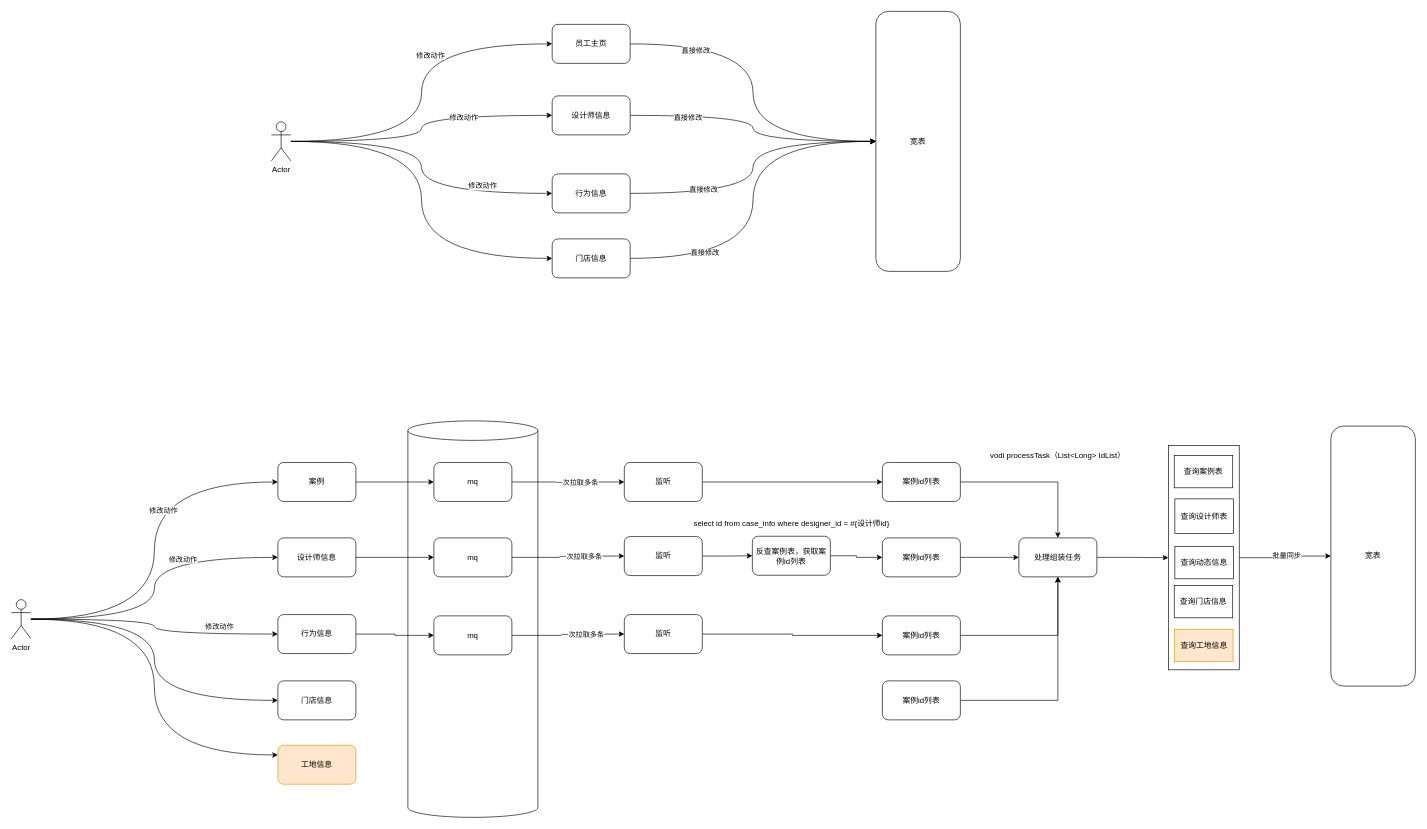
The draw.io diagram 同步流程.drawio in 330129161/draw.io, before the edit. Source tidied: cells renumbered, new cells numbered last; positions are measured from the earlier drawing's top-left corner, leaving out a move shared by most shapes. Both pictures are drawn from the tidied source at 65%, with x=0, y=0 at pixel (11, 11).
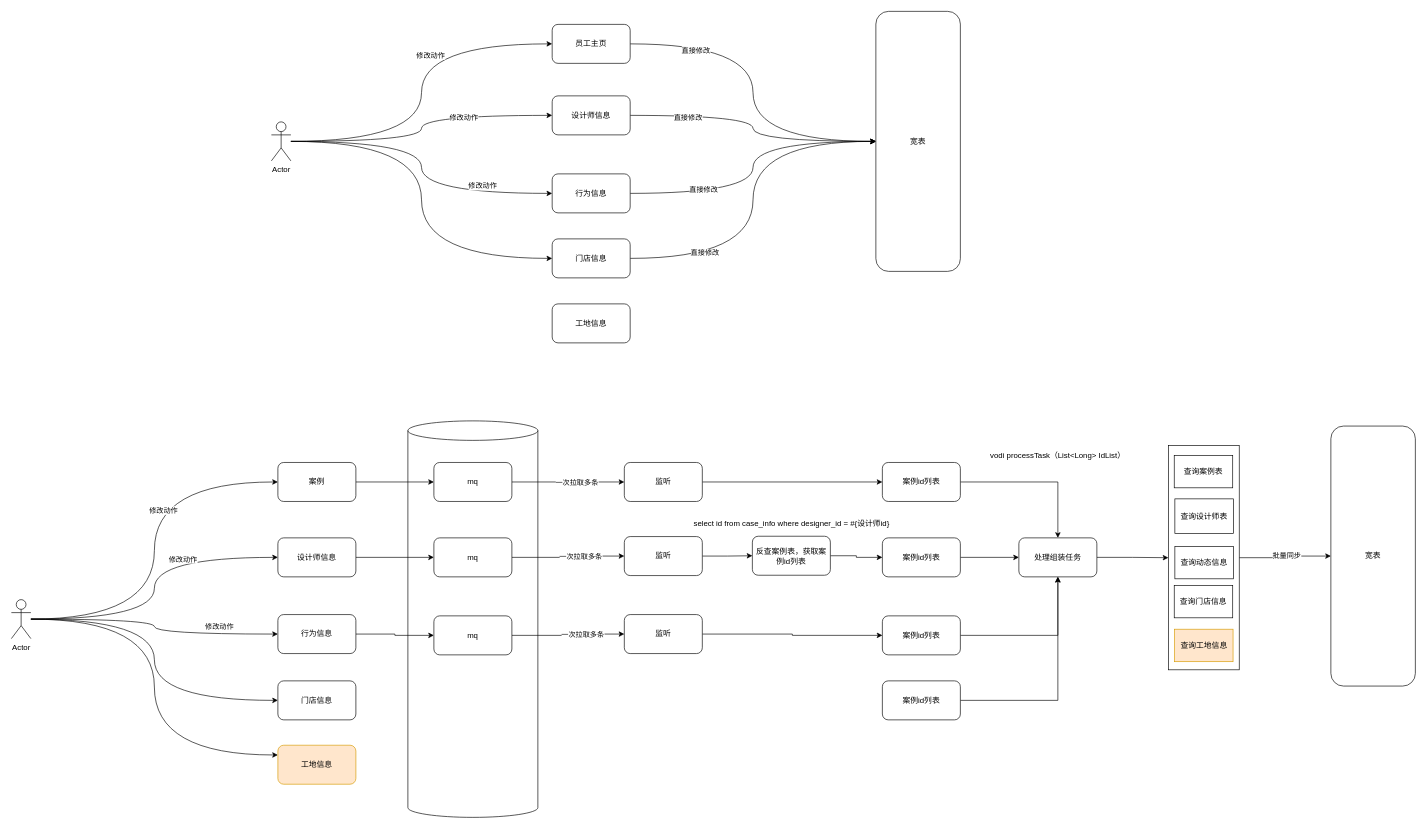
Above is the later version.

Commit message:
更新同步流程.drawio

Change to the diagram source:
```diff
@@
+    <mxCell id="79" value="工地信息" style="rounded=1;whiteSpace=wrap;html=1;" parent="1" vertex="1">
+      <mxGeometry x="832" y="450" width="120" height="60" as="geometry" />
+    </mxCell>
```
